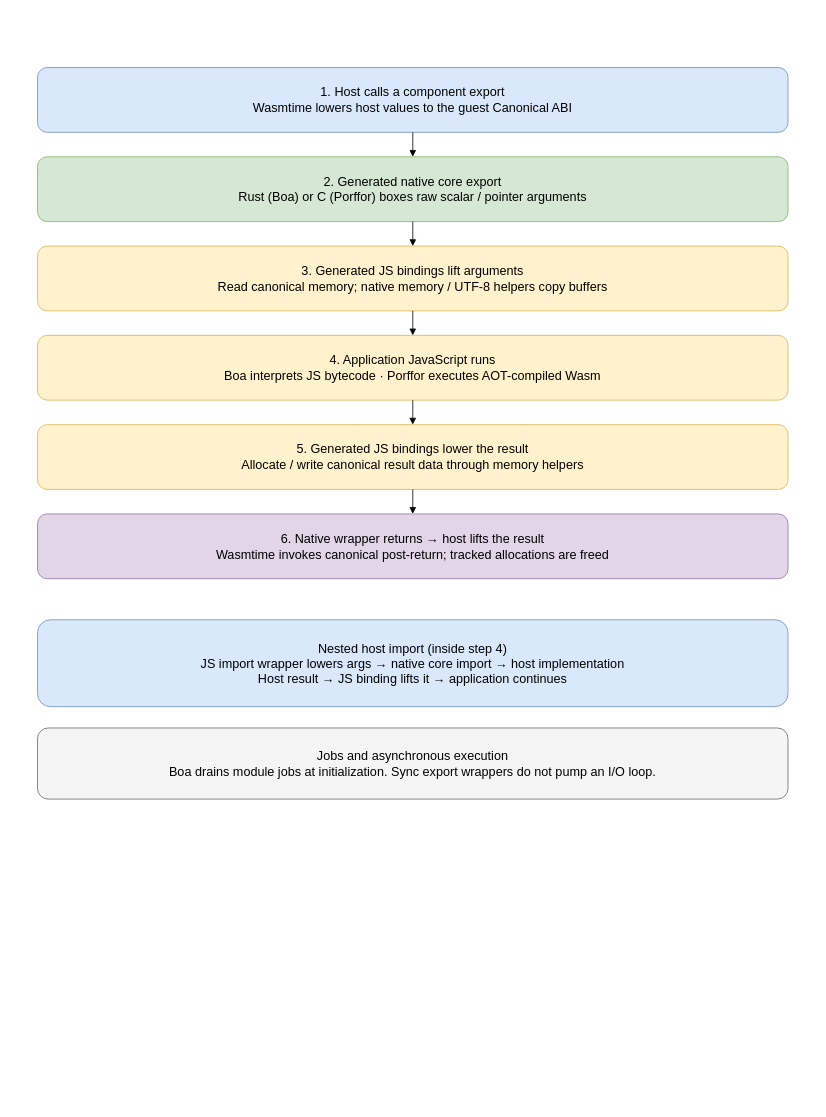
Earlier version of the draw.io diagram docs/diagrams/a-call-path.drawio (vados-cosmonic/js-guest-bindgen-comparison). Source tidied: cells renumbered, new cells numbered last; positions are measured from the earlier drawing's top-left corner, leaving out a move shared by most shapes. Both pictures are drawn from the tidied source at 79%, with x=0, y=0 at pixel (37, 67).
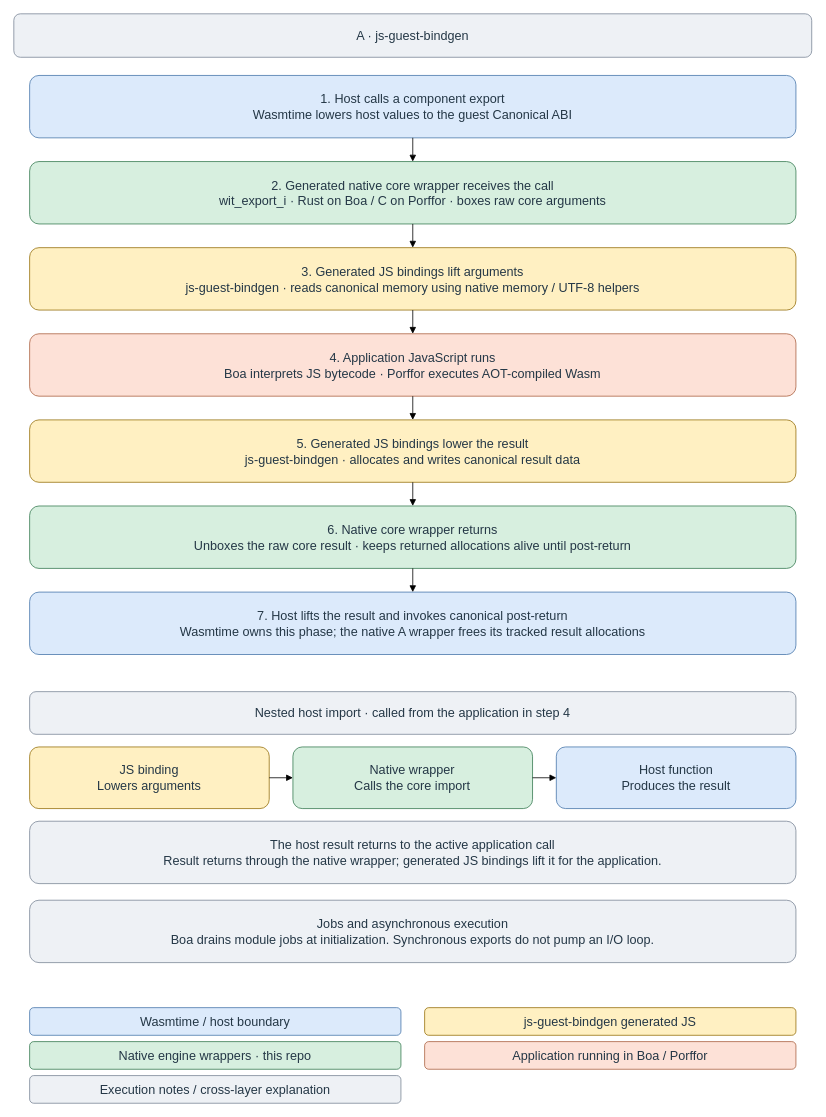
After the change.

The edit, as a diff of the source:
```diff
@@
+    <mxCell id="15" value="A · js-guest-bindgen" style="rounded=1;whiteSpace=wrap;html=1;fillColor=#eef1f5;strokeColor=#7b8797;fontColor=#243746;fontSize=16;" parent="1" vertex="1">
+      <mxGeometry x="-30" y="-68" width="1010" height="55" as="geometry" />
+    </mxCell>
-    <mxCell id="2" value="1. Host calls a component export&lt;br&gt;Wasmtime lowers host values to the guest Canonical ABI" style="rounded=1;whiteSpace=wrap;html=1;fillColor=#dae8fc;strokeColor=#6c8ebf;fontSize=16;" parent="1" vertex="1">
-      <mxGeometry width="950" height="82" as="geometry" />
+    <mxCell id="2" value="1. Host calls a component export&lt;br&gt;Wasmtime lowers host values to the guest Canonical ABI" style="rounded=1;whiteSpace=wrap;html=1;fillColor=#dceafb;strokeColor=#4776aa;fontColor=#243746;fontSize=16;" parent="1" vertex="1">
+      <mxGeometry x="-10" y="10" width="970" height="79" as="geometry" />
     </mxCell>
-    <mxCell id="3" value="2. Generated native core export&lt;br&gt;Rust (Boa) or C (Porffor) boxes raw scalar / pointer arguments" style="rounded=1;whiteSpace=wrap;html=1;fillColor=#d5e8d4;strokeColor=#82b366;fontSize=16;" parent="1" vertex="1">
-      <mxGeometry y="113" width="950" height="82" as="geometry" />
-    </mxCell>
-    <mxCell id="4" style="edgeStyle=orthogonalEdgeStyle;rounded=0;html=1;endArrow=block;" parent="1" edge="1" source="2" target="3">
-      <mxGeometry relative="1" as="geometry" />
-    </mxCell>
-    <mxCell id="5" value="3. Generated JS bindings lift arguments&lt;br&gt;Read canonical memory; native memory / UTF-8 helpers copy buffers" style="rounded=1;whiteSpace=wrap;html=1;fillColor=#fff2cc;strokeColor=#d6b656;fontSize=16;" parent="1" vertex="1">
-      <mxGeometry y="226" width="950" height="82" as="geometry" />
-    </mxCell>
-    <mxCell id="6" style="edgeStyle=orthogonalEdgeStyle;rounded=0;html=1;endArrow=block;" parent="1" edge="1" source="3" target="5">
-      <mxGeometry relative="1" as="geometry" />
-    </mxCell>
+    <mxCell id="16" value="2. Generated native core wrapper receives the call&lt;br&gt;wit_export_i · Rust on Boa / C on Porffor · boxes raw core arguments" style="rounded=1;whiteSpace=wrap;html=1;fillColor=#d7efdf;strokeColor=#387b53;fontColor=#243746;fontSize=16;" parent="1" vertex="1">
+      <mxGeometry x="-10" y="119" width="970" height="79" as="geometry" />
+    </mxCell>
+    <mxCell id="17" style="edgeStyle=orthogonalEdgeStyle;rounded=0;html=1;endArrow=block;" parent="1" edge="1" source="2" target="16">
+      <mxGeometry relative="1" as="geometry" />
+    </mxCell>
+    <mxCell id="18" value="3. Generated JS bindings lift arguments&lt;br&gt;js-guest-bindgen · reads canonical memory using native memory / UTF-8 helpers" style="rounded=1;whiteSpace=wrap;html=1;fillColor=#fff0c2;strokeColor=#96700c;fontColor=#243746;fontSize=16;" parent="1" vertex="1">
+      <mxGeometry x="-10" y="228" width="970" height="79" as="geometry" />
+    </mxCell>
+    <mxCell id="19" style="edgeStyle=orthogonalEdgeStyle;rounded=0;html=1;endArrow=block;" parent="1" edge="1" source="16" target="18">
+      <mxGeometry relative="1" as="geometry" />
+    </mxCell>
-    <mxCell id="7" value="4. Application JavaScript runs&lt;br&gt;Boa interprets JS bytecode · Porffor executes AOT-compiled Wasm" style="rounded=1;whiteSpace=wrap;html=1;fillColor=#fff2cc;strokeColor=#d6b656;fontSize=16;" parent="1" vertex="1">
-      <mxGeometry y="339" width="950" height="82" as="geometry" />
+    <mxCell id="7" value="4. Application JavaScript runs&lt;br&gt;Boa interprets JS bytecode · Porffor executes AOT-compiled Wasm" style="rounded=1;whiteSpace=wrap;html=1;fillColor=#fde1d7;strokeColor=#aa6243;fontColor=#243746;fontSize=16;" parent="1" vertex="1">
+      <mxGeometry x="-10" y="337" width="970" height="79" as="geometry" />
     </mxCell>
-    <mxCell id="8" style="edgeStyle=orthogonalEdgeStyle;rounded=0;html=1;endArrow=block;" parent="1" edge="1" source="5" target="7">
-      <mxGeometry relative="1" as="geometry" />
-    </mxCell>
-    <mxCell id="9" value="5. Generated JS bindings lower the result&lt;br&gt;Allocate / write canonical result data through memory helpers" style="rounded=1;whiteSpace=wrap;html=1;fillColor=#fff2cc;strokeColor=#d6b656;fontSize=16;" parent="1" vertex="1">
-      <mxGeometry y="452" width="950" height="82" as="geometry" />
-    </mxCell>
-    <mxCell id="10" style="edgeStyle=orthogonalEdgeStyle;rounded=0;html=1;endArrow=block;" parent="1" edge="1" source="7" target="9">
-      <mxGeometry relative="1" as="geometry" />
-    </mxCell>
-    <mxCell id="11" value="6. Native wrapper returns → host lifts the result&lt;br&gt;Wasmtime invokes canonical post-return; tracked allocations are freed" style="rounded=1;whiteSpace=wrap;html=1;fillColor=#e1d5e7;strokeColor=#9673a6;fontSize=16;" parent="1" vertex="1">
-      <mxGeometry y="565" width="950" height="82" as="geometry" />
-    </mxCell>
-    <mxCell id="12" style="edgeStyle=orthogonalEdgeStyle;rounded=0;html=1;endArrow=block;" parent="1" edge="1" source="9" target="11">
-      <mxGeometry relative="1" as="geometry" />
-    </mxCell>
-    <mxCell id="13" value="Nested host import (inside step 4)&lt;br&gt;JS import wrapper lowers args → native core import → host implementation&lt;br&gt;Host result → JS binding lifts it → application continues" style="rounded=1;whiteSpace=wrap;html=1;fillColor=#dae8fc;strokeColor=#6c8ebf;fontSize=16;" parent="1" vertex="1">
-      <mxGeometry y="699" width="950" height="110" as="geometry" />
-    </mxCell>
+    <mxCell id="20" style="edgeStyle=orthogonalEdgeStyle;rounded=0;html=1;endArrow=block;" parent="1" edge="1" source="18" target="7">
+      <mxGeometry relative="1" as="geometry" />
+    </mxCell>
+    <mxCell id="21" value="5. Generated JS bindings lower the result&lt;br&gt;js-guest-bindgen · allocates and writes canonical result data" style="rounded=1;whiteSpace=wrap;html=1;fillColor=#fff0c2;strokeColor=#96700c;fontColor=#243746;fontSize=16;" parent="1" vertex="1">
+      <mxGeometry x="-10" y="446" width="970" height="79" as="geometry" />
+    </mxCell>
+    <mxCell id="22" style="edgeStyle=orthogonalEdgeStyle;rounded=0;html=1;endArrow=block;" parent="1" edge="1" source="7" target="21">
+      <mxGeometry relative="1" as="geometry" />
+    </mxCell>
+    <mxCell id="23" value="6. Native core wrapper returns&lt;br&gt;Unboxes the raw core result · keeps returned allocations alive until post-return" style="rounded=1;whiteSpace=wrap;html=1;fillColor=#d7efdf;strokeColor=#387b53;fontColor=#243746;fontSize=16;" parent="1" vertex="1">
+      <mxGeometry x="-10" y="555" width="970" height="79" as="geometry" />
+    </mxCell>
+    <mxCell id="24" style="edgeStyle=orthogonalEdgeStyle;rounded=0;html=1;endArrow=block;" parent="1" edge="1" source="21" target="23">
+      <mxGeometry relative="1" as="geometry" />
+    </mxCell>
+    <mxCell id="25" value="7. Host lifts the result and invokes canonical post-return&lt;br&gt;Wasmtime owns this phase; the native A wrapper frees its tracked result allocations" style="rounded=1;whiteSpace=wrap;html=1;fillColor=#dceafb;strokeColor=#4776aa;fontColor=#243746;fontSize=16;" parent="1" vertex="1">
+      <mxGeometry x="-10" y="664" width="970" height="79" as="geometry" />
+    </mxCell>
+    <mxCell id="26" style="edgeStyle=orthogonalEdgeStyle;rounded=0;html=1;endArrow=block;" parent="1" edge="1" source="23" target="25">
+      <mxGeometry relative="1" as="geometry" />
+    </mxCell>
+    <mxCell id="27" value="Nested host import · called from the application in step 4" style="rounded=1;whiteSpace=wrap;html=1;fillColor=#eef1f5;strokeColor=#7b8797;fontColor=#243746;fontSize=16;" parent="1" vertex="1">
+      <mxGeometry x="-10" y="790" width="970" height="54" as="geometry" />
+    </mxCell>
+    <mxCell id="28" value="JS binding&lt;br&gt;Lowers arguments" style="rounded=1;whiteSpace=wrap;html=1;fillColor=#fff0c2;strokeColor=#96700c;fontColor=#243746;fontSize=16;" parent="1" vertex="1">
+      <mxGeometry x="-10" y="860" width="303.3" height="78" as="geometry" />
+    </mxCell>
+    <mxCell id="29" value="Native wrapper&lt;br&gt;Calls the core import" style="rounded=1;whiteSpace=wrap;html=1;fillColor=#d7efdf;strokeColor=#387b53;fontColor=#243746;fontSize=16;" parent="1" vertex="1">
+      <mxGeometry x="323.3" y="860" width="303.3" height="78" as="geometry" />
+    </mxCell>
+    <mxCell id="30" style="edgeStyle=orthogonalEdgeStyle;rounded=0;html=1;endArrow=block;" parent="1" edge="1" source="28" target="29">
+      <mxGeometry relative="1" as="geometry" />
+    </mxCell>
+    <mxCell id="31" value="Host function&lt;br&gt;Produces the result" style="rounded=1;whiteSpace=wrap;html=1;fillColor=#dceafb;strokeColor=#4776aa;fontColor=#243746;fontSize=16;" parent="1" vertex="1">
+      <mxGeometry x="656.7" y="860" width="303.3" height="78" as="geometry" />
+    </mxCell>
+    <mxCell id="32" style="edgeStyle=orthogonalEdgeStyle;rounded=0;html=1;endArrow=block;" parent="1" edge="1" source="29" target="31">
+      <mxGeometry relative="1" as="geometry" />
+    </mxCell>
+    <mxCell id="33" value="The host result returns to the active application call&lt;br&gt;Result returns through the native wrapper; generated JS bindings lift it for the application." style="rounded=1;whiteSpace=wrap;html=1;fillColor=#eef1f5;strokeColor=#7b8797;fontColor=#243746;fontSize=16;" parent="1" vertex="1">
+      <mxGeometry x="-10" y="954" width="970" height="79" as="geometry" />
+    </mxCell>
-    <mxCell id="14" value="Jobs and asynchronous execution&lt;br&gt;Boa drains module jobs at initialization. Sync export wrappers do not pump an I/O loop." style="rounded=1;whiteSpace=wrap;html=1;fillColor=#f5f5f5;strokeColor=#666666;fontSize=16;" parent="1" vertex="1">
-      <mxGeometry y="836" width="950" height="90" as="geometry" />
+    <mxCell id="14" value="Jobs and asynchronous execution&lt;br&gt;Boa drains module jobs at initialization. Synchronous exports do not pump an I/O loop." style="rounded=1;whiteSpace=wrap;html=1;fillColor=#eef1f5;strokeColor=#7b8797;fontColor=#243746;fontSize=16;" parent="1" vertex="1">
+      <mxGeometry x="-10" y="1054" width="970" height="79" as="geometry" />
     </mxCell>
+    <mxCell id="34" value="Wasmtime / host boundary" style="rounded=1;whiteSpace=wrap;html=1;fillColor=#dceafb;strokeColor=#4776aa;fontColor=#243746;fontSize=16;" parent="1" vertex="1">
+      <mxGeometry x="-10" y="1190" width="470" height="35" as="geometry" />
+    </mxCell>
+    <mxCell id="35" value="js-guest-bindgen generated JS" style="rounded=1;whiteSpace=wrap;html=1;fillColor=#fff0c2;strokeColor=#96700c;fontColor=#243746;fontSize=16;" parent="1" vertex="1">
+      <mxGeometry x="490" y="1190" width="470" height="35" as="geometry" />
+    </mxCell>
+    <mxCell id="36" value="Native engine wrappers · this repo" style="rounded=1;whiteSpace=wrap;html=1;fillColor=#d7efdf;strokeColor=#387b53;fontColor=#243746;fontSize=16;" parent="1" vertex="1">
+      <mxGeometry x="-10" y="1233" width="470" height="35" as="geometry" />
+    </mxCell>
+    <mxCell id="37" value="Application running in Boa / Porffor" style="rounded=1;whiteSpace=wrap;html=1;fillColor=#fde1d7;strokeColor=#aa6243;fontColor=#243746;fontSize=16;" parent="1" vertex="1">
+      <mxGeometry x="490" y="1233" width="470" height="35" as="geometry" />
+    </mxCell>
+    <mxCell id="38" value="Execution notes / cross-layer explanation" style="rounded=1;whiteSpace=wrap;html=1;fillColor=#eef1f5;strokeColor=#7b8797;fontColor=#243746;fontSize=16;" parent="1" vertex="1">
+      <mxGeometry x="-10" y="1276" width="470" height="35" as="geometry" />
+    </mxCell>
```
